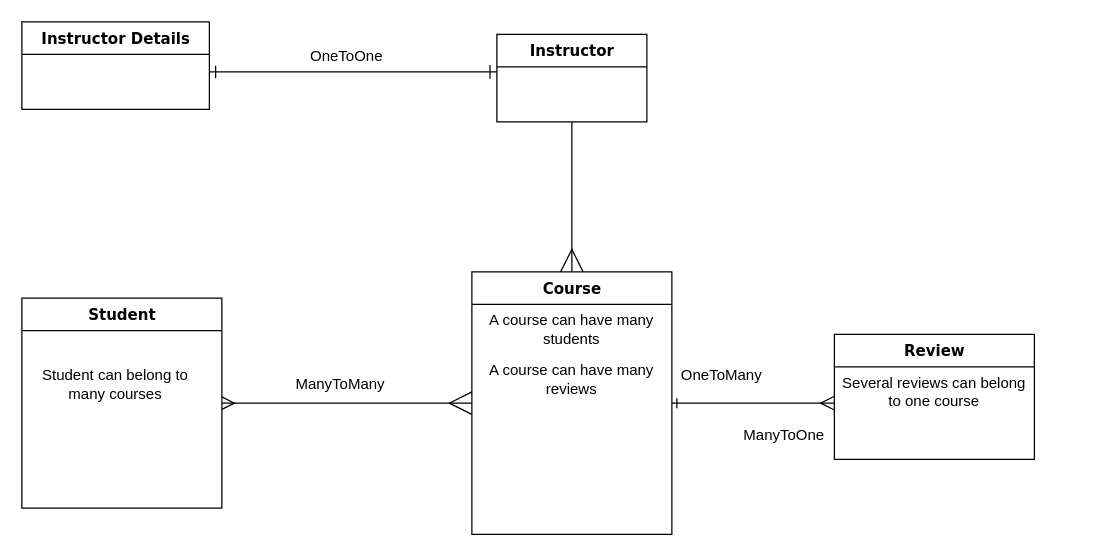
Earlier version of the draw.io diagram src/db-data/EntityRelationships.drawio (Ithar/java-spring-boot-product-mongodb). Source tidied: cells renumbered, new cells numbered last; positions are measured from the earlier drawing's top-left corner, leaving out a move shared by most shapes. Both pictures are drawn from the tidied source at 125%, with x=0, y=0 at pixel (21, 21).
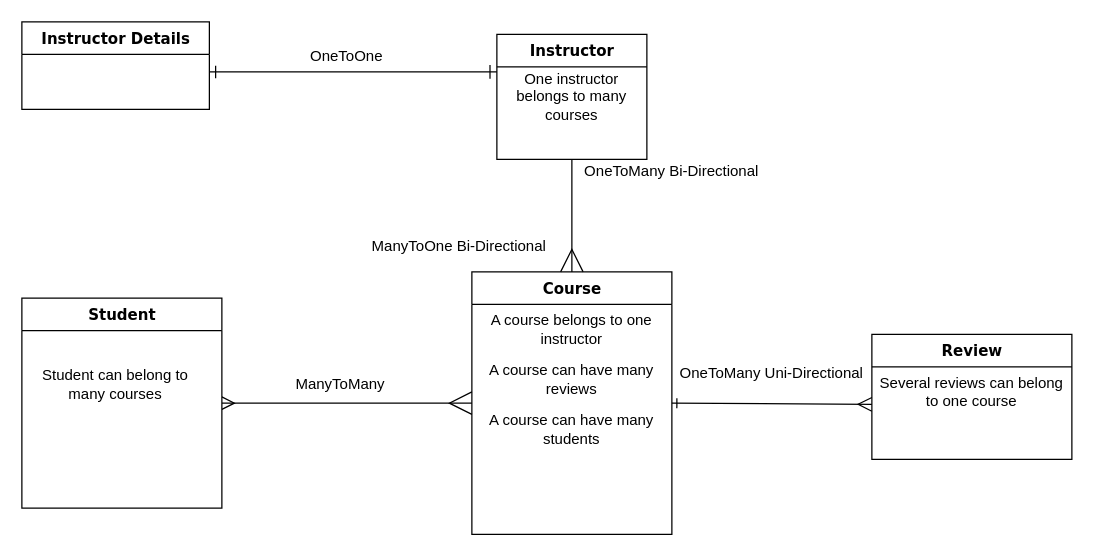
The same page after the edit.

Commit message (it also covers changes not shown here):
Updated the relationship diagram

The change refers to these unchanged cells:
```xml
<mxCell id="5" value="Course" style="swimlane;html=1;fontStyle=1;align=center;verticalAlign=top;horizontal=1;startSize=26;swimlaneFillColor=#ffffff;rounded=0;shadow=0;comic=0;labelBackgroundColor=none;strokeWidth=1;fillColor=none;fontFamily=Verdana;fontSize=12;" parent="1" vertex="1">
  <mxGeometry x="360" y="200" width="160" height="210" as="geometry" />
</mxCell>
<mxCell id="11" value="Several reviews can belong to one course" style="text;html=1;strokeColor=none;fillColor=none;align=center;verticalAlign=middle;whiteSpace=wrap;rounded=0;" parent="10" vertex="1">
  <mxGeometry y="26" width="160" height="40" as="geometry" />
</mxCell>
```

The edit, as a diff of the source:
```diff
@@
     <mxCell id="4" value="Instructor" style="swimlane;html=1;fontStyle=1;align=center;verticalAlign=top;horizontal=1;startSize=26;swimlaneFillColor=#ffffff;rounded=0;shadow=0;comic=0;labelBackgroundColor=none;strokeWidth=1;fillColor=none;fontFamily=Verdana;fontSize=12;" parent="1" vertex="1">
-      <mxGeometry x="380" y="10" width="120" height="70" as="geometry" />
+      <mxGeometry x="380" y="10" width="120" height="100" as="geometry" />
     </mxCell>
@@
-    <mxCell id="6" value="A course can have many students " style="text;html=1;strokeColor=none;fillColor=none;align=center;verticalAlign=middle;whiteSpace=wrap;rounded=0;" parent="5" vertex="1">
+    <mxCell id="6" value="A course belongs to one instructor" style="text;html=1;strokeColor=none;fillColor=none;align=center;verticalAlign=middle;whiteSpace=wrap;rounded=0;" parent="5" vertex="1">
       <mxGeometry y="26" width="160" height="40" as="geometry" />
     </mxCell>
@@
+    <mxCell id="19" value="A course can have many students " style="text;html=1;strokeColor=none;fillColor=none;align=center;verticalAlign=middle;whiteSpace=wrap;rounded=0;" parent="5" vertex="1">
+      <mxGeometry y="106" width="160" height="40" as="geometry" />
+    </mxCell>
@@
     <mxCell id="10" value="Review" style="swimlane;html=1;fontStyle=1;align=center;verticalAlign=top;horizontal=1;startSize=26;swimlaneFillColor=#ffffff;rounded=0;shadow=0;comic=0;labelBackgroundColor=none;strokeWidth=1;fillColor=none;fontFamily=Verdana;fontSize=12;" parent="1" vertex="1">
-      <mxGeometry x="650" y="250" width="160" height="100" as="geometry" />
+      <mxGeometry x="680" y="250" width="160" height="100" as="geometry" />
     </mxCell>
@@
-    <mxCell id="14" style="endArrow=ERmany;html=1;endSize=9;exitX=1;exitY=0.5;exitDx=0;exitDy=0;endFill=0;startArrow=ERone;startFill=0;" parent="1" edge="1" source="5">
-      <mxGeometry relative="1" as="geometry">
-        <mxPoint x="650" y="305" as="targetPoint" />
-      </mxGeometry>
+    <mxCell id="14" style="endArrow=ERmany;html=1;endSize=9;exitX=1;exitY=0.5;exitDx=0;exitDy=0;endFill=0;startArrow=ERone;startFill=0;entryX=0;entryY=0.75;entryDx=0;entryDy=0;" parent="1" edge="1" source="5" target="11">
+      <mxGeometry relative="1" as="geometry" />
     </mxCell>
-    <mxCell id="15" value="&lt;div&gt;OneToMany&lt;/div&gt;&lt;div&gt;&lt;br&gt;&lt;/div&gt;" style="text;html=1;strokeColor=none;fillColor=none;align=center;verticalAlign=middle;whiteSpace=wrap;rounded=0;" parent="1" vertex="1">
-      <mxGeometry x="520" y="285" width="80" height="10" as="geometry" />
+    <mxCell id="15" value="&lt;div&gt;OneToMany Uni-Directional&lt;/div&gt;&lt;div&gt;&lt;br&gt;&lt;/div&gt;" style="text;html=1;strokeColor=none;fillColor=none;align=center;verticalAlign=middle;whiteSpace=wrap;rounded=0;" parent="1" vertex="1">
+      <mxGeometry x="520" y="280" width="160" height="15" as="geometry" />
     </mxCell>
-    <mxCell id="16" value="&lt;div&gt;ManyToOne&lt;/div&gt;&lt;div&gt;&lt;br&gt;&lt;/div&gt;&lt;div&gt;&lt;br&gt;&lt;/div&gt;" style="text;html=1;strokeColor=none;fillColor=none;align=center;verticalAlign=middle;whiteSpace=wrap;rounded=0;" parent="1" vertex="1">
-      <mxGeometry x="570" y="340" width="80" height="10" as="geometry" />
-    </mxCell>
@@
+    <mxCell id="20" value="One instructor belongs to many courses" style="text;html=1;strokeColor=none;fillColor=none;align=center;verticalAlign=middle;whiteSpace=wrap;rounded=0;" parent="1" vertex="1">
+      <mxGeometry x="390" y="40" width="100" height="40" as="geometry" />
+    </mxCell>
+    <mxCell id="21" value="OneToMany Bi-Directional" style="text;html=1;strokeColor=none;fillColor=none;align=center;verticalAlign=middle;whiteSpace=wrap;rounded=0;" parent="1" vertex="1">
+      <mxGeometry x="440" y="110" width="160" height="20" as="geometry" />
+    </mxCell>
+    <mxCell id="22" value="ManyToOne Bi-Directional" style="text;html=1;strokeColor=none;fillColor=none;align=center;verticalAlign=middle;whiteSpace=wrap;rounded=0;" parent="1" vertex="1">
+      <mxGeometry x="270" y="170" width="160" height="20" as="geometry" />
+    </mxCell>
```
